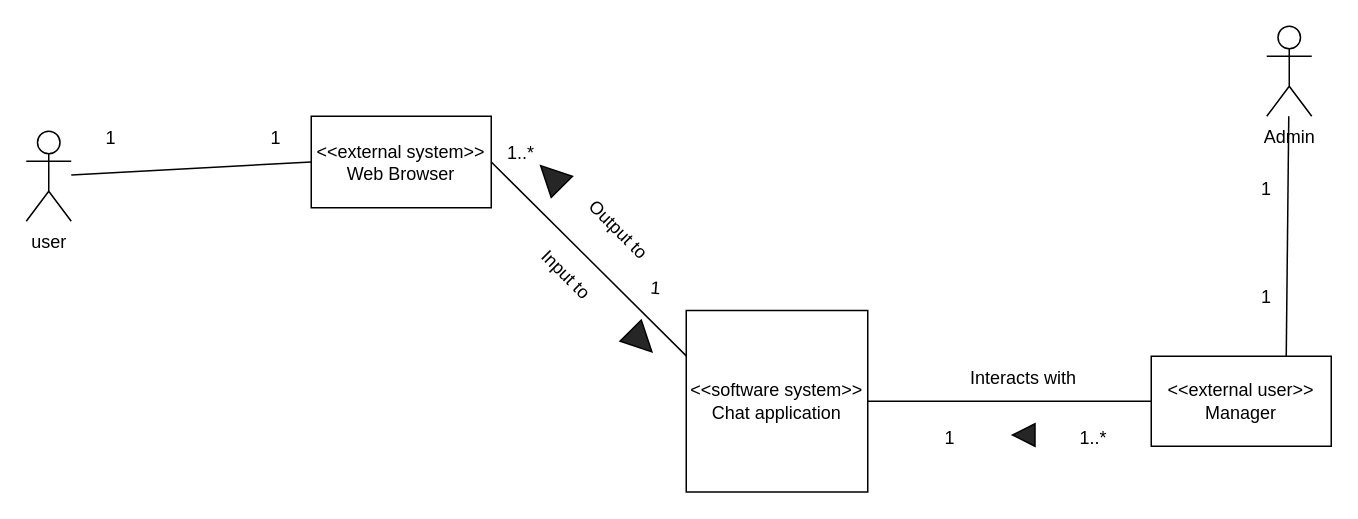
Before: docs/System Context Diagram/software-context-diagram.drawio in Carl-Johnsons/Chat-Application, a draw.io diagram. Source tidied: cells renumbered, new cells numbered last; positions are measured from the earlier drawing's top-left corner, leaving out a move shared by most shapes. Both pictures are drawn from the tidied source at 150%, with x=0, y=0 at pixel (26, 26).
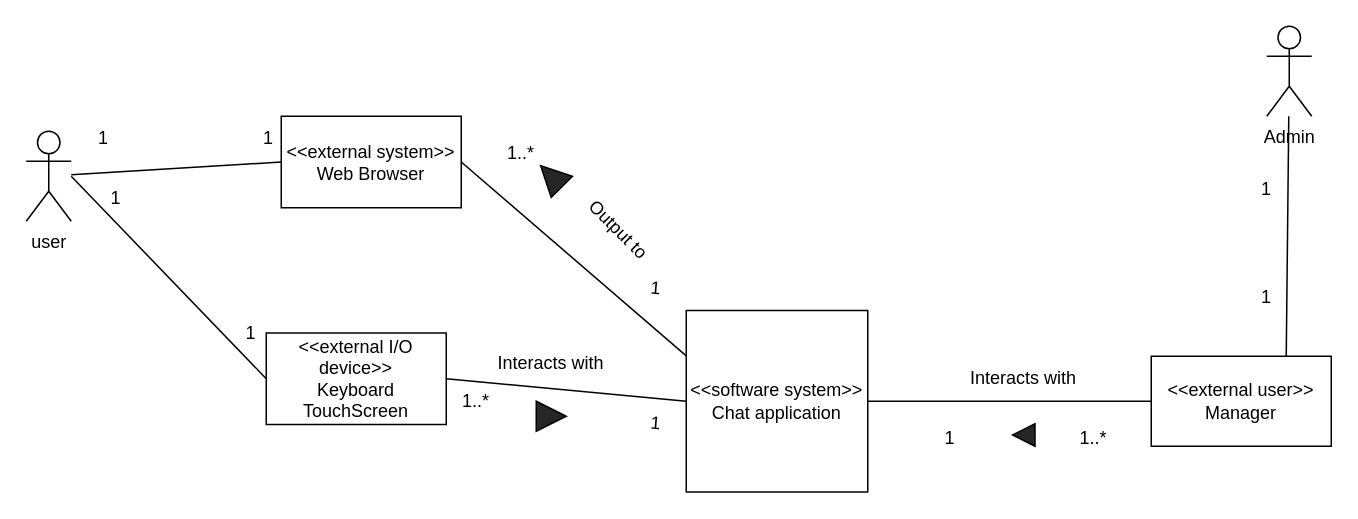
The same page after the edit.

Commit message:
update software context diagram

The change refers to these unchanged cells:
```xml
<mxCell id="6" value="&amp;lt;&amp;lt;software system&amp;gt;&amp;gt;&lt;div&gt;Chat application&lt;/div&gt;" style="whiteSpace=wrap;html=1;" parent="1" vertex="1">
  <mxGeometry x="440" y="189.5" width="121" height="121" as="geometry" />
</mxCell>
```

What changed in the source:
```diff
@@
+    <mxCell id="22" style="rounded=0;jettySize=auto;html=1;entryX=0;entryY=0.5;entryDx=0;entryDy=0;endArrow=none;endFill=0;" parent="1" edge="1" target="24">
+      <mxGeometry relative="1" as="geometry">
+        <mxPoint x="30" y="100" as="sourcePoint" />
+      </mxGeometry>
+    </mxCell>
@@
     <mxCell id="5" value="&amp;lt;&amp;lt;external system&amp;gt;&amp;gt;&lt;br&gt;Web Browser" style="rounded=0;whiteSpace=wrap;html=1;" parent="1" vertex="1">
-      <mxGeometry x="190" y="60" width="120" height="61" as="geometry" />
+      <mxGeometry x="170" y="60" width="120" height="61" as="geometry" />
     </mxCell>
@@
-    <mxCell id="18" value="Input to" style="text;html=1;align=center;verticalAlign=middle;whiteSpace=wrap;rounded=0;rotation=45;" parent="1" vertex="1">
-      <mxGeometry x="330" y="151" width="60" height="30" as="geometry" />
-    </mxCell>
@@
     <mxCell id="20" value="&amp;nbsp;1&amp;nbsp; &amp;nbsp; &amp;nbsp; &amp;nbsp; &amp;nbsp; &amp;nbsp; &amp;nbsp; &amp;nbsp; &amp;nbsp; &amp;nbsp; &amp;nbsp; &amp;nbsp; &amp;nbsp; &amp;nbsp; &amp;nbsp; &amp;nbsp;1" style="text;html=1;align=center;verticalAlign=middle;whiteSpace=wrap;rounded=0;rotation=0;" parent="1" vertex="1">
-      <mxGeometry x="40" y="60" width="140" height="30" as="geometry" />
+      <mxGeometry x="40" y="60" width="130" height="30" as="geometry" />
     </mxCell>
-    <mxCell id="21" style="triangle;whiteSpace=wrap;html=1;fillColor=#262626;direction=north;rotation=135;" parent="1" vertex="1">
-      <mxGeometry x="400" y="200" width="20" height="20" as="geometry" />
-    </mxCell>
+    <mxCell id="23" style="rounded=0;jettySize=auto;html=1;exitX=1;exitY=0.5;exitDx=0;exitDy=0;entryX=0;entryY=0.5;entryDx=0;entryDy=0;endArrow=none;endFill=0;" parent="1" edge="1" source="24" target="6">
+      <mxGeometry relative="1" as="geometry" />
+    </mxCell>
+    <mxCell id="24" value="&amp;lt;&amp;lt;external I/O device&amp;gt;&amp;gt;&lt;br&gt;Keyboard&lt;div&gt;TouchScreen&lt;/div&gt;" style="rounded=0;whiteSpace=wrap;html=1;" parent="1" vertex="1">
+      <mxGeometry x="160" y="204.5" width="120" height="61" as="geometry" />
+    </mxCell>
+    <mxCell id="25" value="1" style="text;html=1;align=center;verticalAlign=middle;whiteSpace=wrap;rounded=0;" parent="1" vertex="1">
+      <mxGeometry x="30" y="100" width="60" height="30" as="geometry" />
+    </mxCell>
+    <mxCell id="26" value="1" style="text;html=1;align=center;verticalAlign=middle;whiteSpace=wrap;rounded=0;" parent="1" vertex="1">
+      <mxGeometry x="120" y="190" width="60" height="30" as="geometry" />
+    </mxCell>
+    <mxCell id="27" value="1" style="text;html=1;align=center;verticalAlign=middle;whiteSpace=wrap;rounded=0;rotation=5;" parent="1" vertex="1">
+      <mxGeometry x="390" y="250" width="60" height="30" as="geometry" />
+    </mxCell>
+    <mxCell id="28" value="1..*" style="text;html=1;align=center;verticalAlign=middle;whiteSpace=wrap;rounded=0;" parent="1" vertex="1">
+      <mxGeometry x="270" y="235" width="60" height="30" as="geometry" />
+    </mxCell>
+    <mxCell id="29" value="Interacts with" style="text;html=1;align=center;verticalAlign=middle;whiteSpace=wrap;rounded=0;" parent="1" vertex="1">
+      <mxGeometry x="295" y="210" width="110" height="30" as="geometry" />
+    </mxCell>
+    <mxCell id="30" style="triangle;whiteSpace=wrap;html=1;fillColor=#262626;direction=north;rotation=90;" parent="1" vertex="1">
+      <mxGeometry x="340" y="250" width="20" height="20" as="geometry" />
+    </mxCell>
```
